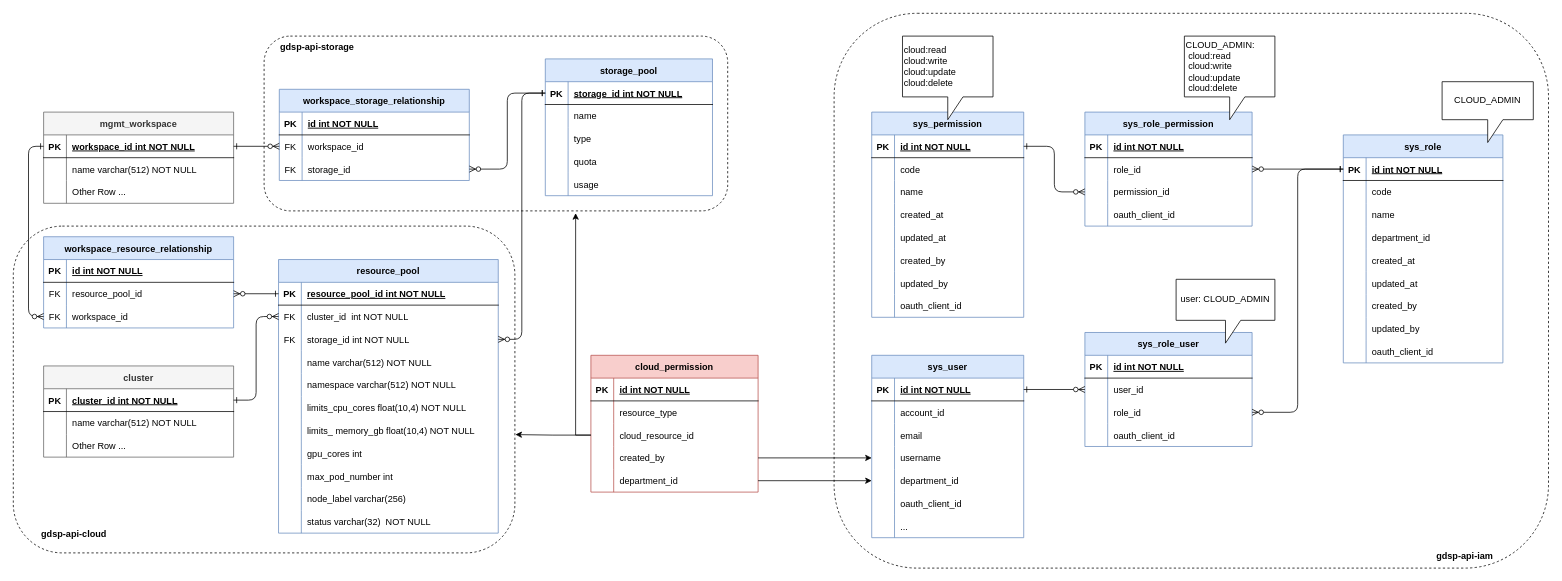
Earlier version of the draw.io diagram page "ER-graph" (5 of 8) of Resource_Pool2.drawio (LiuJin1203/graph). Source tidied: cells renumbered, new cells numbered last; positions are measured from the earlier drawing's top-left corner, leaving out a move shared by most shapes. Both pictures are drawn from the tidied source at 76%, with x=0, y=0 at pixel (13, 13).
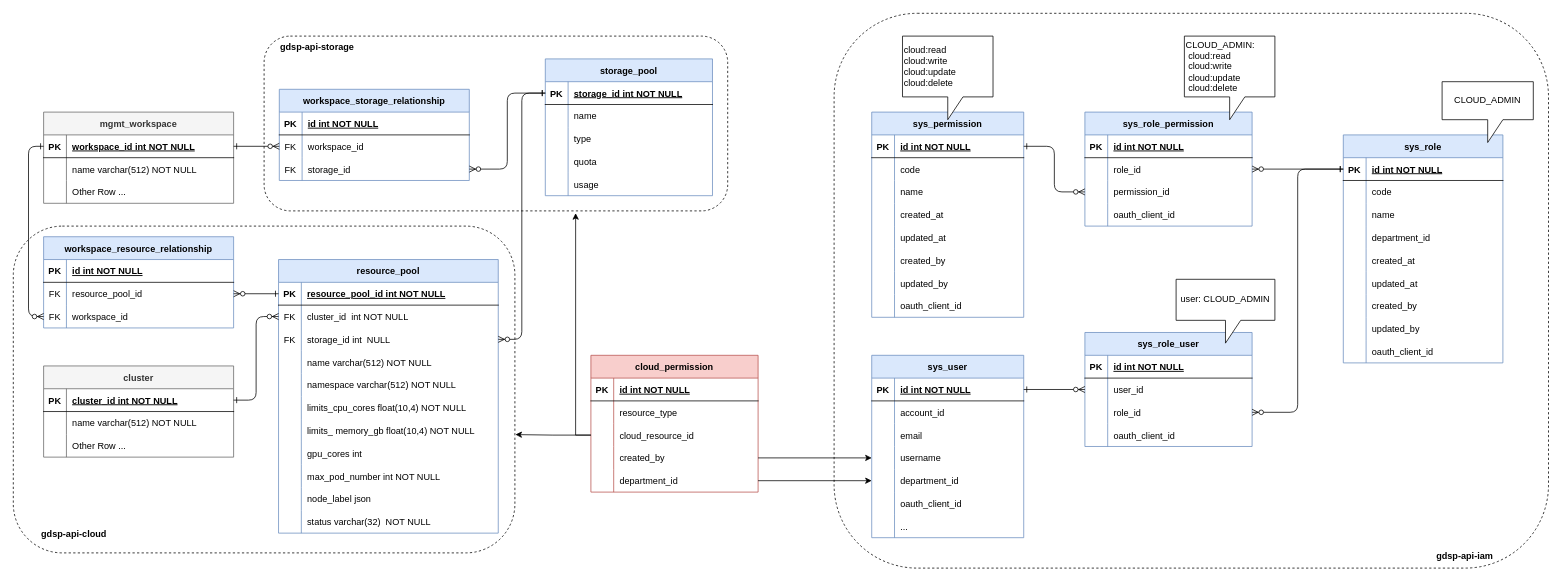
The same page after the edit.

The change refers to these unchanged cells:
```xml
<mxCell id="12" style="shape=tableRow;horizontal=0;startSize=0;swimlaneHead=0;swimlaneBody=0;fillColor=none;points=[[0,0.5],[1,0.5]];portConstraint=eastwest;top=0;left=0;right=0;bottom=0;strokeColor=#000000;" parent="5" vertex="1">
  <mxGeometry y="90" width="289.1" height="30" as="geometry" />
</mxCell>
<mxCell id="30" style="shape=tableRow;horizontal=0;startSize=0;swimlaneHead=0;swimlaneBody=0;fillColor=none;top=0;left=0;right=0;bottom=0;fontSize=12;strokeWidth=1;" parent="5" vertex="1">
  <mxGeometry y="270" width="289.1" height="30" as="geometry" />
</mxCell>
<mxCell id="33" style="shape=tableRow;horizontal=0;startSize=0;swimlaneHead=0;swimlaneBody=0;fillColor=none;top=0;left=0;right=0;bottom=0;fontSize=12;strokeWidth=1;" parent="5" vertex="1">
  <mxGeometry y="300" width="289.1" height="30" as="geometry" />
</mxCell>
```

The edit, as a diff of the source:
```diff
@@
-    <mxCell id="14" value="storage_id int NOT NULL" style="shape=partialRectangle;fillColor=none;top=0;left=0;bottom=0;right=0;align=left;spacingLeft=6;overflow=hidden;strokeColor=#000000;" parent="12" vertex="1">
+    <mxCell id="14" value="storage_id int  NULL" style="shape=partialRectangle;fillColor=none;top=0;left=0;bottom=0;right=0;align=left;spacingLeft=6;overflow=hidden;strokeColor=#000000;" parent="12" vertex="1">
       <mxGeometry x="30" width="259.1" height="30" as="geometry" />
     </mxCell>
@@
-    <mxCell id="32" value="max_pod_number int " style="shape=partialRectangle;fillColor=none;top=0;left=0;bottom=0;right=0;align=left;spacingLeft=6;overflow=hidden;fontSize=12;strokeWidth=1;" parent="30" vertex="1">
+    <mxCell id="32" value="max_pod_number int NOT NULL" style="shape=partialRectangle;fillColor=none;top=0;left=0;bottom=0;right=0;align=left;spacingLeft=6;overflow=hidden;fontSize=12;strokeWidth=1;" parent="30" vertex="1">
       <mxGeometry x="30" width="259.1" height="30" as="geometry" />
     </mxCell>
@@
-    <mxCell id="35" value="node_label varchar(256) " style="shape=partialRectangle;fillColor=none;top=0;left=0;bottom=0;right=0;align=left;spacingLeft=6;overflow=hidden;fontSize=12;strokeWidth=1;" parent="33" vertex="1">
+    <mxCell id="35" value="node_label json" style="shape=partialRectangle;fillColor=none;top=0;left=0;bottom=0;right=0;align=left;spacingLeft=6;overflow=hidden;fontSize=12;strokeWidth=1;" parent="33" vertex="1">
       <mxGeometry x="30" width="259.1" height="30" as="geometry" />
     </mxCell>
```
